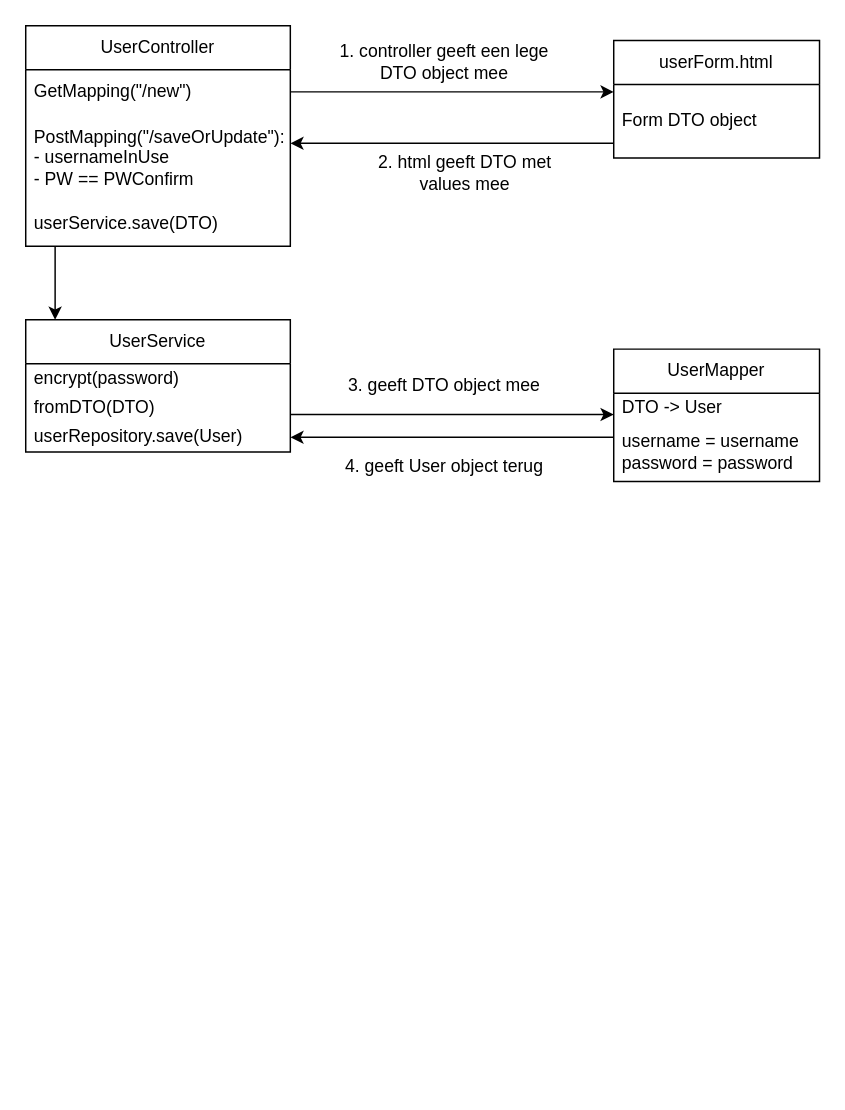
Above: documentation/diagrams/DTO_20250525.drawio in C16-MIWNN/Project1-Tilde_Replace (draw.io), before the change. Source tidied: cells renumbered, new cells numbered last; positions are measured from the earlier drawing's top-left corner, leaving out a move shared by most shapes. Both pictures are drawn from the tidied source at 147%, with x=0, y=0 at pixel (25, 25).
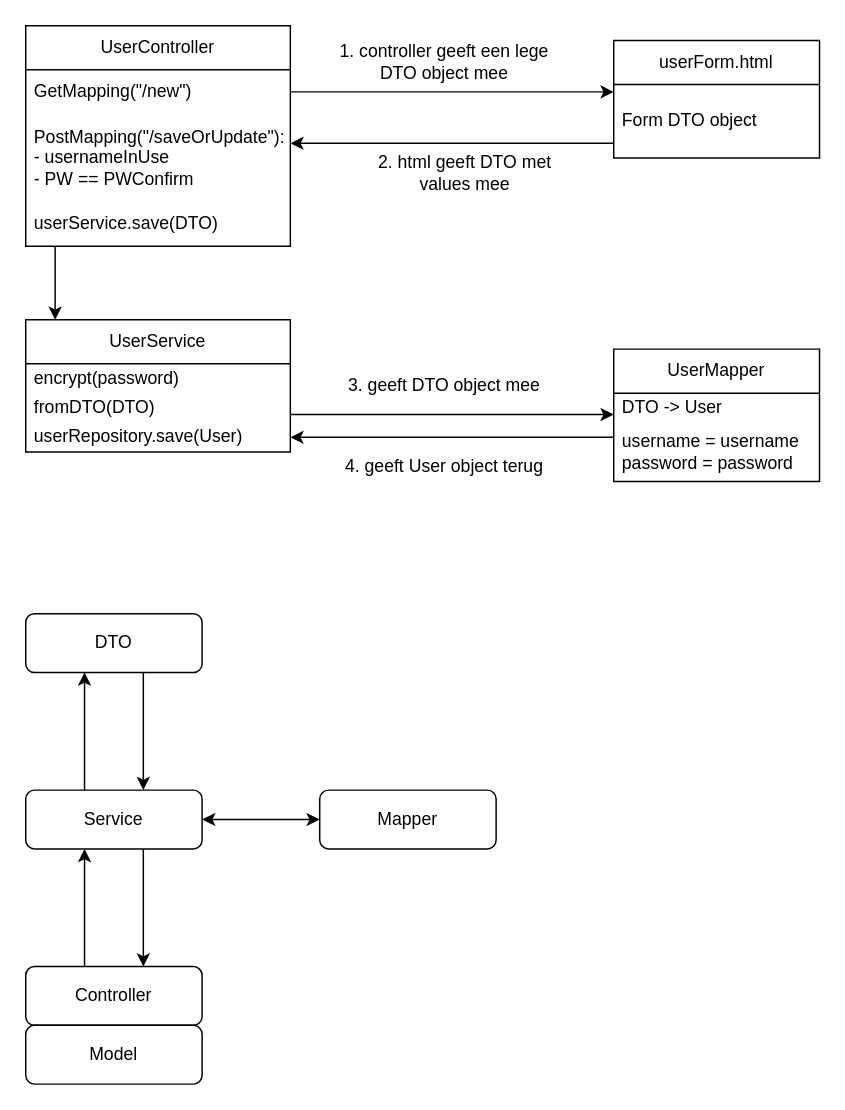
Above is the later version.

Commit message:
Added model to DTO diagram

What changed in the source:
```diff
@@
+    <mxCell id="24" value="DTO" style="rounded=1;whiteSpace=wrap;html=1;" parent="1" vertex="1">
+      <mxGeometry y="400" width="120" height="40" as="geometry" />
+    </mxCell>
+    <mxCell id="25" value="Service" style="rounded=1;whiteSpace=wrap;html=1;" parent="1" vertex="1">
+      <mxGeometry y="520" width="120" height="40" as="geometry" />
+    </mxCell>
+    <mxCell id="26" value="Controller" style="rounded=1;whiteSpace=wrap;html=1;" parent="1" vertex="1">
+      <mxGeometry y="640" width="120" height="40" as="geometry" />
+    </mxCell>
+    <mxCell id="27" value="Model" style="rounded=1;whiteSpace=wrap;html=1;" parent="1" vertex="1">
+      <mxGeometry y="680" width="120" height="40" as="geometry" />
+    </mxCell>
+    <mxCell id="28" value="Mapper" style="rounded=1;whiteSpace=wrap;html=1;" parent="1" vertex="1">
+      <mxGeometry x="200" y="520" width="120" height="40" as="geometry" />
+    </mxCell>
+    <mxCell id="29" style="endArrow=classic;html=1;rounded=0;" parent="1" edge="1">
+      <mxGeometry relative="1" as="geometry">
+        <mxPoint x="40" y="520" as="sourcePoint" />
+        <mxPoint x="40" y="440" as="targetPoint" />
+      </mxGeometry>
+    </mxCell>
+    <mxCell id="30" style="endArrow=classic;html=1;rounded=0;" parent="1" edge="1">
+      <mxGeometry relative="1" as="geometry">
+        <mxPoint x="40" y="640" as="sourcePoint" />
+        <mxPoint x="40" y="560" as="targetPoint" />
+      </mxGeometry>
+    </mxCell>
+    <mxCell id="31" style="endArrow=classic;html=1;rounded=0;" parent="1" edge="1">
+      <mxGeometry relative="1" as="geometry">
+        <mxPoint x="80" y="440" as="sourcePoint" />
+        <mxPoint x="80" y="520" as="targetPoint" />
+      </mxGeometry>
+    </mxCell>
+    <mxCell id="32" style="endArrow=classic;html=1;rounded=0;" parent="1" edge="1">
+      <mxGeometry relative="1" as="geometry">
+        <mxPoint x="80" y="560" as="sourcePoint" />
+        <mxPoint x="80" y="640" as="targetPoint" />
+      </mxGeometry>
+    </mxCell>
+    <mxCell id="33" style="endArrow=classic;startArrow=classic;html=1;rounded=0;entryX=0;entryY=0.5;entryDx=0;entryDy=0;" parent="1" edge="1" target="28">
+      <mxGeometry relative="1" as="geometry">
+        <mxPoint x="120" y="540" as="sourcePoint" />
+      </mxGeometry>
+    </mxCell>
```
